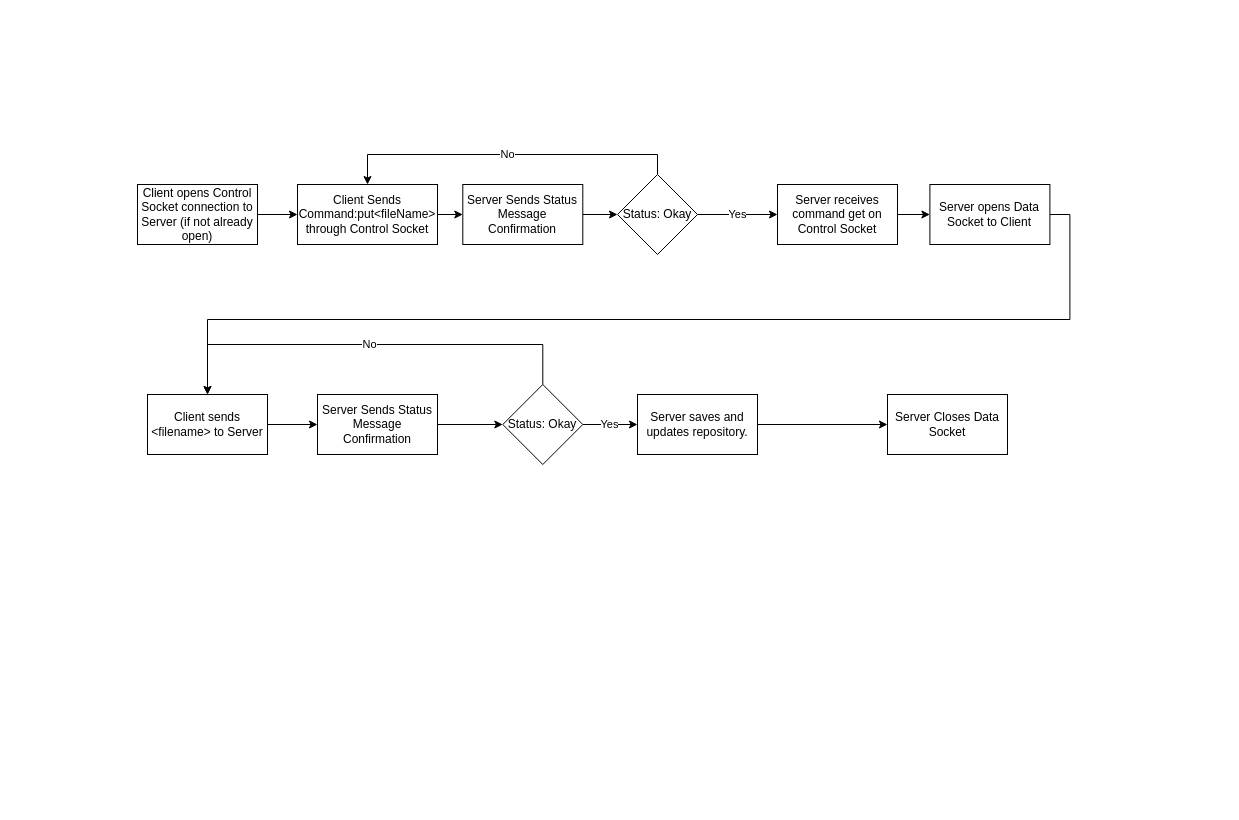
Earlier version of the draw.io diagram Design Documents/FTP Design Document - PUT Command.drawio (kipflip1125/client-server). Source tidied: cells renumbered, new cells numbered last; positions are measured from the earlier drawing's top-left corner, leaving out a move shared by most shapes. Both pictures are drawn from the tidied source at 100%, with x=0, y=0 at pixel (137, 174).
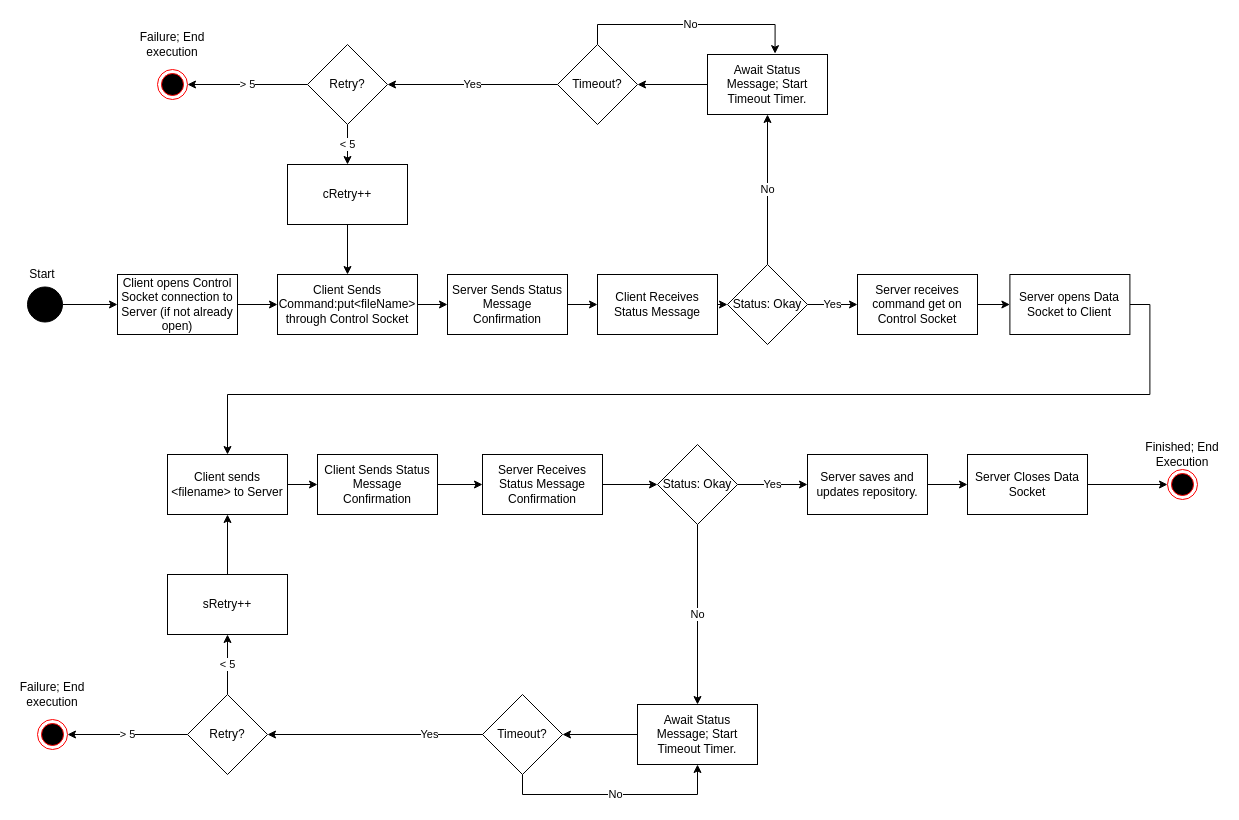
Above is the later version.

Commit message (it also covers changes not shown here):
Added Retry and better ACK handling.  Also Start and End States

Diff of the diagram source:
```diff
@@
     <mxCell id="3" value="Client Sends Command:put&amp;lt;fileName&amp;gt; through Control Socket" style="rounded=0;whiteSpace=wrap;html=1;" parent="1" vertex="1">
-      <mxGeometry x="160" y="10" width="140" height="60" as="geometry" />
+      <mxGeometry x="140" y="100" width="140" height="60" as="geometry" />
     </mxCell>
@@
     <mxCell id="5" value="Server receives command get on Control Socket" style="rounded=0;whiteSpace=wrap;html=1;" parent="1" vertex="1">
-      <mxGeometry x="640" y="10" width="120" height="60" as="geometry" />
+      <mxGeometry x="720" y="100" width="120" height="60" as="geometry" />
     </mxCell>
@@
     <mxCell id="7" value="Client opens Control Socket connection to Server (if not already open)" style="rounded=0;whiteSpace=wrap;html=1;" parent="1" vertex="1">
-      <mxGeometry y="10" width="120" height="60" as="geometry" />
+      <mxGeometry x="-20" y="100" width="120" height="60" as="geometry" />
     </mxCell>
@@
     <mxCell id="9" value="Server opens Data Socket to Client" style="rounded=0;whiteSpace=wrap;html=1;" parent="1" vertex="1">
-      <mxGeometry x="792.4" y="10" width="120" height="60" as="geometry" />
+      <mxGeometry x="872.4" y="100" width="120" height="60" as="geometry" />
     </mxCell>
-    <mxCell id="10" style="edgeStyle=orthogonalEdgeStyle;rounded=0;jettySize=auto;html=1;exitX=1;exitY=0.5;exitDx=0;exitDy=0;entryX=0;entryY=0.5;entryDx=0;entryDy=0;" parent="1" edge="1" source="11" target="13">
+    <mxCell id="10" style="edgeStyle=orthogonalEdgeStyle;rounded=0;jettySize=auto;html=1;exitX=1;exitY=0.5;exitDx=0;exitDy=0;entryX=0;entryY=0.5;entryDx=0;entryDy=0;" parent="1" edge="1" source="11" target="42">
       <mxGeometry relative="1" as="geometry" />
     </mxCell>
     <mxCell id="11" value="Client sends &amp;lt;filename&amp;gt; to Server" style="rounded=0;whiteSpace=wrap;html=1;" parent="1" vertex="1">
-      <mxGeometry x="10" y="220" width="120" height="60" as="geometry" />
+      <mxGeometry x="30" y="280" width="120" height="60" as="geometry" />
     </mxCell>
-    <mxCell id="12" style="edgeStyle=orthogonalEdgeStyle;rounded=0;jettySize=auto;html=1;exitX=1;exitY=0.5;exitDx=0;exitDy=0;entryX=0;entryY=0.5;entryDx=0;entryDy=0;" parent="1" edge="1" source="13" target="24">
+    <mxCell id="12" style="edgeStyle=orthogonalEdgeStyle;rounded=0;jettySize=auto;html=1;exitX=1;exitY=0.5;exitDx=0;exitDy=0;entryX=0;entryY=0.5;entryDx=0;entryDy=0;" parent="1" edge="1" source="43" target="24">
       <mxGeometry relative="1" as="geometry" />
     </mxCell>
-    <mxCell id="13" value="Server Sends Status Message Confirmation" style="rounded=0;whiteSpace=wrap;html=1;" parent="1" vertex="1">
-      <mxGeometry x="180" y="220" width="120" height="60" as="geometry" />
-    </mxCell>
@@
     <mxCell id="15" value="Server saves and updates repository." style="rounded=0;whiteSpace=wrap;html=1;" parent="1" vertex="1">
-      <mxGeometry x="500" y="220" width="120" height="60" as="geometry" />
+      <mxGeometry x="670" y="280" width="120" height="60" as="geometry" />
     </mxCell>
     <mxCell id="16" value="Server Closes Data Socket" style="rounded=0;whiteSpace=wrap;html=1;" parent="1" vertex="1">
-      <mxGeometry x="750" y="220" width="120" height="60" as="geometry" />
+      <mxGeometry x="830" y="280" width="120" height="60" as="geometry" />
     </mxCell>
-    <mxCell id="17" style="edgeStyle=orthogonalEdgeStyle;rounded=0;jettySize=auto;html=1;exitX=1;exitY=0.5;exitDx=0;exitDy=0;entryX=0;entryY=0.5;entryDx=0;entryDy=0;" parent="1" edge="1" source="18" target="21">
+    <mxCell id="17" style="edgeStyle=orthogonalEdgeStyle;rounded=0;jettySize=auto;html=1;exitX=1;exitY=0.5;exitDx=0;exitDy=0;entryX=0;entryY=0.5;entryDx=0;entryDy=0;" parent="1" edge="1" source="25" target="21">
       <mxGeometry relative="1" as="geometry" />
     </mxCell>
     <mxCell id="18" value="Server Sends Status Message Confirmation" style="rounded=0;whiteSpace=wrap;html=1;" parent="1" vertex="1">
-      <mxGeometry x="325.3" y="10" width="120" height="60" as="geometry" />
+      <mxGeometry x="310" y="100" width="120" height="60" as="geometry" />
     </mxCell>
@@
-    <mxCell id="20" value="No" style="edgeStyle=orthogonalEdgeStyle;rounded=0;jettySize=auto;html=1;exitX=0.5;exitY=0;exitDx=0;exitDy=0;entryX=0.5;entryY=0;entryDx=0;entryDy=0;" parent="1" edge="1" source="21" target="3">
-      <mxGeometry relative="1" as="geometry" />
-    </mxCell>
     <mxCell id="21" value="Status: Okay" style="rhombus;whiteSpace=wrap;html=1;" parent="1" vertex="1">
-      <mxGeometry x="480" width="80" height="80" as="geometry" />
+      <mxGeometry x="590" y="90" width="80" height="80" as="geometry" />
     </mxCell>
@@
-    <mxCell id="23" value="No" style="edgeStyle=orthogonalEdgeStyle;rounded=0;jettySize=auto;html=1;exitX=0.5;exitY=0;exitDx=0;exitDy=0;entryX=0.5;entryY=0;entryDx=0;entryDy=0;" parent="1" edge="1" source="24" target="11">
-      <mxGeometry relative="1" as="geometry">
-        <Array as="points">
-          <mxPoint x="405" y="170" />
-          <mxPoint x="70" y="170" />
-        </Array>
-      </mxGeometry>
-    </mxCell>
     <mxCell id="24" value="Status: Okay" style="rhombus;whiteSpace=wrap;html=1;" parent="1" vertex="1">
-      <mxGeometry x="365.3" y="210" width="80" height="80" as="geometry" />
+      <mxGeometry x="520" y="270" width="80" height="80" as="geometry" />
     </mxCell>
+    <mxCell id="25" value="Client Receives Status Message" style="rounded=0;whiteSpace=wrap;html=1;" parent="1" vertex="1">
+      <mxGeometry x="460" y="100" width="120" height="60" as="geometry" />
+    </mxCell>
+    <mxCell id="26" style="edgeStyle=orthogonalEdgeStyle;rounded=0;jettySize=auto;html=1;exitX=1;exitY=0.5;exitDx=0;exitDy=0;entryX=0;entryY=0.5;entryDx=0;entryDy=0;" parent="1" edge="1" source="18" target="25">
+      <mxGeometry relative="1" as="geometry" />
+    </mxCell>
+    <mxCell id="27" value="No" style="edgeStyle=orthogonalEdgeStyle;rounded=0;jettySize=auto;html=1;exitX=0.5;exitY=0;exitDx=0;exitDy=0;entryX=0.5;entryY=1;entryDx=0;entryDy=0;" parent="1" edge="1" source="21" target="29">
+      <mxGeometry relative="1" as="geometry" />
+    </mxCell>
+    <mxCell id="28" style="edgeStyle=orthogonalEdgeStyle;rounded=0;jettySize=auto;html=1;exitX=0;exitY=0.5;exitDx=0;exitDy=0;entryX=1;entryY=0.5;entryDx=0;entryDy=0;" parent="1" edge="1" source="29" target="32">
+      <mxGeometry relative="1" as="geometry" />
+    </mxCell>
+    <mxCell id="29" value="Await Status Message; Start Timeout Timer." style="rounded=0;whiteSpace=wrap;html=1;" parent="1" vertex="1">
+      <mxGeometry x="570" y="-120" width="120" height="60" as="geometry" />
+    </mxCell>
+    <mxCell id="30" value="Yes" style="edgeStyle=orthogonalEdgeStyle;rounded=0;jettySize=auto;html=1;exitX=0;exitY=0.5;exitDx=0;exitDy=0;entryX=1;entryY=0.5;entryDx=0;entryDy=0;" parent="1" edge="1" source="32" target="35">
+      <mxGeometry relative="1" as="geometry" />
+    </mxCell>
+    <mxCell id="31" value="No" style="edgeStyle=orthogonalEdgeStyle;rounded=0;jettySize=auto;html=1;exitX=0.5;exitY=0;exitDx=0;exitDy=0;entryX=0.563;entryY=-0.014;entryDx=0;entryDy=0;entryPerimeter=0;" parent="1" edge="1" source="32" target="29">
+      <mxGeometry relative="1" as="geometry" />
+    </mxCell>
+    <mxCell id="32" value="Timeout?" style="rhombus;whiteSpace=wrap;html=1;" parent="1" vertex="1">
+      <mxGeometry x="420" y="-130" width="80" height="80" as="geometry" />
+    </mxCell>
+    <mxCell id="33" value="&amp;lt; 5" style="edgeStyle=orthogonalEdgeStyle;rounded=0;jettySize=auto;html=1;exitX=0.5;exitY=1;exitDx=0;exitDy=0;entryX=0.5;entryY=0;entryDx=0;entryDy=0;" parent="1" edge="1" source="35" target="39">
+      <mxGeometry relative="1" as="geometry" />
+    </mxCell>
+    <mxCell id="34" value="&amp;gt; 5" style="edgeStyle=orthogonalEdgeStyle;rounded=0;jettySize=auto;html=1;exitX=0;exitY=0.5;exitDx=0;exitDy=0;entryX=1;entryY=0.5;entryDx=0;entryDy=0;" parent="1" edge="1" source="35" target="36">
+      <mxGeometry relative="1" as="geometry" />
+    </mxCell>
+    <mxCell id="35" value="Retry?" style="rhombus;whiteSpace=wrap;html=1;" parent="1" vertex="1">
+      <mxGeometry x="170" y="-130" width="80" height="80" as="geometry" />
+    </mxCell>
+    <mxCell id="36" style="ellipse;html=1;shape=endState;fillColor=#000000;strokeColor=#ff0000;" parent="1" vertex="1">
+      <mxGeometry x="20" y="-105" width="30" height="30" as="geometry" />
+    </mxCell>
+    <mxCell id="37" value="Failure; End execution" style="text;html=1;strokeColor=none;fillColor=none;align=center;verticalAlign=middle;whiteSpace=wrap;rounded=0;" parent="1" vertex="1">
+      <mxGeometry y="-140" width="70" height="20" as="geometry" />
+    </mxCell>
+    <mxCell id="38" style="edgeStyle=orthogonalEdgeStyle;rounded=0;jettySize=auto;html=1;exitX=0.5;exitY=1;exitDx=0;exitDy=0;entryX=0.5;entryY=0;entryDx=0;entryDy=0;" parent="1" edge="1" source="39" target="3">
+      <mxGeometry relative="1" as="geometry" />
+    </mxCell>
+    <mxCell id="39" value="cRetry++" style="rounded=0;whiteSpace=wrap;html=1;" parent="1" vertex="1">
+      <mxGeometry x="150" y="-10" width="120" height="60" as="geometry" />
+    </mxCell>
+    <mxCell id="40" style="edgeStyle=orthogonalEdgeStyle;rounded=0;jettySize=auto;html=1;exitX=1;exitY=0.5;exitDx=0;exitDy=0;entryX=0;entryY=0.5;entryDx=0;entryDy=0;" parent="1" edge="1" source="41" target="7">
+      <mxGeometry relative="1" as="geometry" />
+    </mxCell>
+    <mxCell id="41" style="ellipse;whiteSpace=wrap;html=1;fillColor=#000000;" parent="1" vertex="1">
+      <mxGeometry x="-110" y="112.5" width="35" height="35" as="geometry" />
+    </mxCell>
+    <mxCell id="42" value="Client Sends Status Message Confirmation" style="rounded=0;whiteSpace=wrap;html=1;" parent="1" vertex="1">
+      <mxGeometry x="180" y="280" width="120" height="60" as="geometry" />
+    </mxCell>
+    <mxCell id="43" value="Server Receives Status Message Confirmation" style="rounded=0;whiteSpace=wrap;html=1;" parent="1" vertex="1">
+      <mxGeometry x="345" y="280" width="120" height="60" as="geometry" />
+    </mxCell>
+    <mxCell id="44" style="edgeStyle=orthogonalEdgeStyle;rounded=0;jettySize=auto;html=1;exitX=1;exitY=0.5;exitDx=0;exitDy=0;entryX=0;entryY=0.5;entryDx=0;entryDy=0;" parent="1" edge="1" source="42" target="43">
+      <mxGeometry relative="1" as="geometry" />
+    </mxCell>
+    <mxCell id="45" value="No" style="edgeStyle=orthogonalEdgeStyle;rounded=0;jettySize=auto;html=1;exitX=0.5;exitY=1;exitDx=0;exitDy=0;" parent="1" edge="1" source="24" target="47">
+      <mxGeometry relative="1" as="geometry" />
+    </mxCell>
+    <mxCell id="46" style="edgeStyle=orthogonalEdgeStyle;rounded=0;jettySize=auto;html=1;exitX=0;exitY=0.5;exitDx=0;exitDy=0;entryX=1;entryY=0.5;entryDx=0;entryDy=0;" parent="1" edge="1" source="47" target="50">
+      <mxGeometry relative="1" as="geometry" />
+    </mxCell>
+    <mxCell id="47" value="Await Status Message; Start Timeout Timer." style="rounded=0;whiteSpace=wrap;html=1;" parent="1" vertex="1">
+      <mxGeometry x="500" y="530" width="120" height="60" as="geometry" />
+    </mxCell>
+    <mxCell id="48" value="Yes" style="edgeStyle=orthogonalEdgeStyle;rounded=0;jettySize=auto;html=1;exitX=0;exitY=0.5;exitDx=0;exitDy=0;entryX=1;entryY=0.5;entryDx=0;entryDy=0;" parent="1" edge="1" source="50" target="53">
+      <mxGeometry relative="1" as="geometry">
+        <Array as="points">
+          <mxPoint x="400" y="560" />
+        </Array>
+      </mxGeometry>
+    </mxCell>
+    <mxCell id="49" value="No" style="edgeStyle=orthogonalEdgeStyle;rounded=0;jettySize=auto;html=1;exitX=0.5;exitY=1;exitDx=0;exitDy=0;entryX=0.5;entryY=1;entryDx=0;entryDy=0;" parent="1" edge="1" source="50" target="47">
+      <mxGeometry relative="1" as="geometry" />
+    </mxCell>
+    <mxCell id="50" value="Timeout?" style="rhombus;whiteSpace=wrap;html=1;" parent="1" vertex="1">
+      <mxGeometry x="345" y="520" width="80" height="80" as="geometry" />
+    </mxCell>
+    <mxCell id="51" value="&amp;gt; 5" style="edgeStyle=orthogonalEdgeStyle;rounded=0;jettySize=auto;html=1;exitX=0;exitY=0.5;exitDx=0;exitDy=0;entryX=1;entryY=0.5;entryDx=0;entryDy=0;" parent="1" edge="1" source="53" target="54">
+      <mxGeometry relative="1" as="geometry" />
+    </mxCell>
+    <mxCell id="52" value="&amp;lt; 5" style="edgeStyle=orthogonalEdgeStyle;rounded=0;jettySize=auto;html=1;exitX=0.5;exitY=0;exitDx=0;exitDy=0;entryX=0.5;entryY=1;entryDx=0;entryDy=0;" parent="1" edge="1" source="53" target="57">
+      <mxGeometry relative="1" as="geometry" />
+    </mxCell>
+    <mxCell id="53" value="Retry?" style="rhombus;whiteSpace=wrap;html=1;" parent="1" vertex="1">
+      <mxGeometry x="50" y="520" width="80" height="80" as="geometry" />
+    </mxCell>
+    <mxCell id="54" style="ellipse;html=1;shape=endState;fillColor=#000000;strokeColor=#ff0000;" parent="1" vertex="1">
+      <mxGeometry x="-100" y="545" width="30" height="30" as="geometry" />
+    </mxCell>
+    <mxCell id="55" value="Failure; End execution" style="text;html=1;strokeColor=none;fillColor=none;align=center;verticalAlign=middle;whiteSpace=wrap;rounded=0;" parent="1" vertex="1">
+      <mxGeometry x="-120" y="510" width="70" height="20" as="geometry" />
+    </mxCell>
+    <mxCell id="56" style="edgeStyle=orthogonalEdgeStyle;rounded=0;jettySize=auto;html=1;exitX=0.5;exitY=0;exitDx=0;exitDy=0;entryX=0.5;entryY=1;entryDx=0;entryDy=0;" parent="1" edge="1" source="57" target="11">
+      <mxGeometry relative="1" as="geometry" />
+    </mxCell>
+    <mxCell id="57" value="sRetry++" style="rounded=0;whiteSpace=wrap;html=1;" parent="1" vertex="1">
+      <mxGeometry x="30" y="400" width="120" height="60" as="geometry" />
+    </mxCell>
+    <mxCell id="58" style="edgeStyle=orthogonalEdgeStyle;rounded=0;jettySize=auto;html=1;exitX=1;exitY=0.5;exitDx=0;exitDy=0;entryX=0;entryY=0.5;entryDx=0;entryDy=0;" parent="1" edge="1" source="16" target="59">
+      <mxGeometry relative="1" as="geometry" />
+    </mxCell>
+    <mxCell id="59" style="ellipse;html=1;shape=endState;fillColor=#000000;strokeColor=#ff0000;" parent="1" vertex="1">
+      <mxGeometry x="1030" y="295" width="30" height="30" as="geometry" />
+    </mxCell>
+    <mxCell id="60" value="Start" style="text;html=1;strokeColor=none;fillColor=none;align=center;verticalAlign=middle;whiteSpace=wrap;rounded=0;" parent="1" vertex="1">
+      <mxGeometry x="-115" y="90" width="40" height="20" as="geometry" />
+    </mxCell>
+    <mxCell id="61" value="Finished; End Execution" style="text;html=1;strokeColor=none;fillColor=none;align=center;verticalAlign=middle;whiteSpace=wrap;rounded=0;" parent="1" vertex="1">
+      <mxGeometry x="1005" y="270" width="80" height="20" as="geometry" />
+    </mxCell>
```
